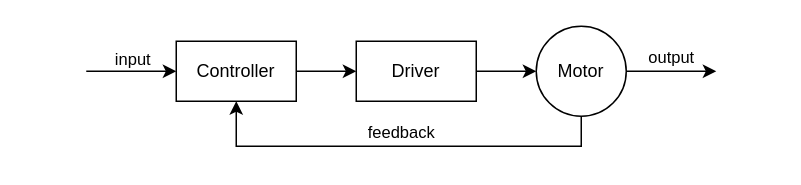
Before: report/figures/closed-loop.drawio in rikkeskov/p5-beam-steering, a draw.io diagram. Source tidied: cells renumbered, new cells numbered last; positions are measured from the earlier drawing's top-left corner, leaving out a move shared by most shapes. Both pictures are drawn from the tidied source at 150%, with x=0, y=0 at pixel (86, 26).
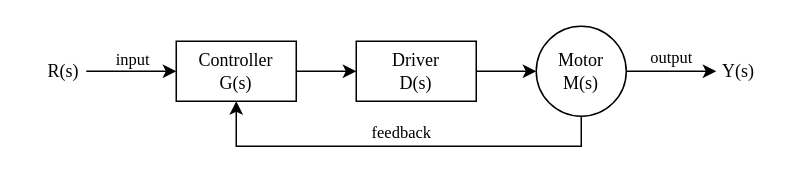
The same diagram, later.

What changed in the source:
```diff
@@
 <mxGraphModel>
   <root>
     <mxCell id="0" />
     <mxCell id="1" parent="0" />
     <mxCell id="2" style="edgeStyle=orthogonalEdgeStyle;rounded=0;jettySize=auto;html=1;" parent="1" edge="1" source="4" target="6">
       <mxGeometry relative="1" as="geometry" />
     </mxCell>
-    <mxCell id="3" value="input" style="edgeStyle=orthogonalEdgeStyle;rounded=0;jettySize=auto;html=1;startArrow=classic;startFill=1;endArrow=none;endFill=0;labelPosition=center;verticalLabelPosition=top;align=center;verticalAlign=bottom;" parent="1" edge="1" source="4">
+    <mxCell id="3" value="input" style="edgeStyle=orthogonalEdgeStyle;rounded=0;jettySize=auto;html=1;startArrow=classic;startFill=1;endArrow=none;endFill=0;labelPosition=center;verticalLabelPosition=top;align=center;verticalAlign=bottom;fontFamily=Times New Roman;" parent="1" edge="1" source="4">
       <mxGeometry relative="1" as="geometry">
         <mxPoint y="30" as="targetPoint" />
       </mxGeometry>
     </mxCell>
-    <mxCell id="4" value="Controller" style="rounded=0;whiteSpace=wrap;html=1;" parent="1" vertex="1">
+    <mxCell id="4" value="&lt;div&gt;Controller&lt;/div&gt;G(s)" style="rounded=0;whiteSpace=wrap;html=1;fontFamily=Times New Roman;" parent="1" vertex="1">
       <mxGeometry x="60" y="10" width="80" height="40" as="geometry" />
     </mxCell>
     <mxCell id="5" style="edgeStyle=orthogonalEdgeStyle;rounded=0;jettySize=auto;html=1;" parent="1" edge="1" source="6" target="9">
       <mxGeometry relative="1" as="geometry" />
     </mxCell>
-    <mxCell id="6" value="Driver" style="rounded=0;whiteSpace=wrap;html=1;" parent="1" vertex="1">
+    <mxCell id="6" value="&lt;div&gt;Driver&lt;/div&gt;D(s)" style="rounded=0;whiteSpace=wrap;html=1;fontFamily=Times New Roman;" parent="1" vertex="1">
       <mxGeometry x="180" y="10" width="80" height="40" as="geometry" />
     </mxCell>
-    <mxCell id="7" value="feedback" style="edgeStyle=orthogonalEdgeStyle;rounded=0;jettySize=auto;html=1;entryX=0.5;entryY=1;entryDx=0;entryDy=0;labelPosition=center;verticalLabelPosition=top;align=center;verticalAlign=bottom;" parent="1" edge="1" source="9" target="4">
+    <mxCell id="7" value="feedback" style="edgeStyle=orthogonalEdgeStyle;rounded=0;jettySize=auto;html=1;entryX=0.5;entryY=1;entryDx=0;entryDy=0;labelPosition=center;verticalLabelPosition=top;align=center;verticalAlign=bottom;fontFamily=Times New Roman;" parent="1" edge="1" source="9" target="4">
       <mxGeometry relative="1" as="geometry">
         <Array as="points">
           <mxPoint x="330" y="80" />
           <mxPoint x="100" y="80" />
         </Array>
       </mxGeometry>
     </mxCell>
-    <mxCell id="8" value="output" style="edgeStyle=orthogonalEdgeStyle;rounded=0;jettySize=auto;html=1;labelPosition=center;verticalLabelPosition=top;align=center;verticalAlign=bottom;" parent="1" edge="1" source="9">
+    <mxCell id="8" value="output" style="edgeStyle=orthogonalEdgeStyle;rounded=0;jettySize=auto;html=1;labelPosition=center;verticalLabelPosition=top;align=center;verticalAlign=bottom;fontFamily=Times New Roman;" parent="1" edge="1" source="9">
       <mxGeometry relative="1" as="geometry">
         <mxPoint x="420" y="30" as="targetPoint" />
       </mxGeometry>
     </mxCell>
-    <mxCell id="9" value="Motor" style="ellipse;whiteSpace=wrap;html=1;" parent="1" vertex="1">
+    <mxCell id="9" value="&lt;div&gt;Motor&lt;/div&gt;M(s)" style="ellipse;whiteSpace=wrap;html=1;fontFamily=Times New Roman;" parent="1" vertex="1">
       <mxGeometry x="300" width="60" height="60" as="geometry" />
     </mxCell>
+    <mxCell id="10" value="&lt;font face=&quot;Times New Roman&quot;&gt;R(s)&lt;/font&gt;" style="text;html=1;align=center;verticalAlign=middle;whiteSpace=wrap;rounded=0;" parent="1" vertex="1">
+      <mxGeometry x="-40" y="15" width="50" height="30" as="geometry" />
+    </mxCell>
+    <mxCell id="11" value="&lt;font face=&quot;Times New Roman&quot;&gt;Y(s)&lt;/font&gt;" style="text;html=1;align=center;verticalAlign=middle;whiteSpace=wrap;rounded=0;" parent="1" vertex="1">
+      <mxGeometry x="410" y="15" width="50" height="30" as="geometry" />
+    </mxCell>
   </root>
 </mxGraphModel>
```
